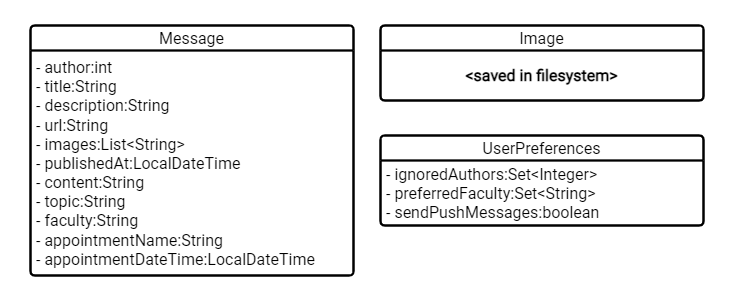
Before: doc/diagrams/attributes/attributes_in_detail.drawio.png, a diagram exported from draw.io (fh-erfurt/WS2021_Java_Team_2_Service_4_News). Source tidied: cells renumbered, new cells last; positions are measured from the earlier drawing's top-left corner, leaving out a move shared by most shapes.
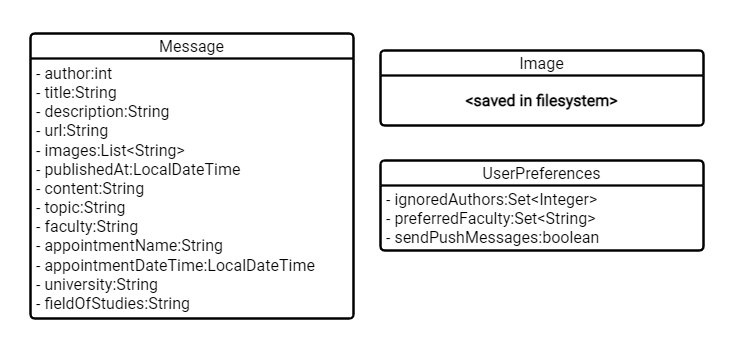
The same file after the commit.

Commit message:
Updated attributes diagram

What changed in the source:
```diff
@@ -3,10 +3,10 @@
     <mxCell id="0" />
     <mxCell id="1" parent="0" />
     <mxCell id="2" value="Message" style="html=1;overflow=block;blockSpacing=1;swimlane;horizontal=1;fontStyle=0;swimlaneFillColor=#FFFFFF;startSize=25;whiteSpace=wrap;fontSize=16;fontColor=#000000;align=center;spacing=0;strokeColor=#000000;strokeOpacity=100;rounded=1;absoluteArcSize=1;arcSize=9;strokeWidth=2.3;fontFamily=Roboto;fontSource=https%3A%2F%2Ffonts.googleapis.com%2Fcss%3Ffamily%3DRoboto;fillColor=default;" parent="1" vertex="1">
-      <mxGeometry width="323" height="250" as="geometry" />
+      <mxGeometry y="-17" width="323" height="285" as="geometry" />
     </mxCell>
-    <mxCell id="3" value="- author:int&lt;br&gt;- title:String&lt;br&gt;- description:String&lt;br&gt;- url:String&lt;br&gt;- images:List&amp;lt;String&amp;gt;&lt;br&gt;- publishedAt:LocalDateTime&lt;br&gt;- content:String&lt;br&gt;- topic:String&lt;br&gt;- faculty:String&lt;br&gt;- appointmentName:String&lt;br&gt;- appointmentDateTime:LocalDateTime" style="html=1;strokeColor=none;fillColor=none;align=left;verticalAlign=middle;spacingLeft=4;spacingRight=4;overflow=hidden;swimlaneFillColor=#ffffff;strokeOpacity=100;whiteSpace=wrap;fontSize=16;fontColor=#000000;fontFamily=Roboto;fontSource=https%3A%2F%2Ffonts.googleapis.com%2Fcss%3Ffamily%3DRoboto;" parent="2" vertex="1">
-      <mxGeometry y="25" width="323" height="225" as="geometry" />
+    <mxCell id="3" value="- author:int&lt;br&gt;- title:String&lt;br&gt;- description:String&lt;br&gt;- url:String&lt;br&gt;- images:List&amp;lt;String&amp;gt;&lt;br&gt;- publishedAt:LocalDateTime&lt;br&gt;- content:String&lt;br&gt;- topic:String&lt;br&gt;- faculty:String&lt;br&gt;- appointmentName:String&lt;br&gt;- appointmentDateTime:LocalDateTime&lt;br&gt;- university:String&lt;br&gt;- fieldOfStudies:String" style="html=1;strokeColor=none;fillColor=none;align=left;verticalAlign=middle;spacingLeft=4;spacingRight=4;overflow=hidden;swimlaneFillColor=#ffffff;strokeOpacity=100;whiteSpace=wrap;fontSize=16;fontColor=#000000;fontFamily=Roboto;fontSource=https%3A%2F%2Ffonts.googleapis.com%2Fcss%3Ffamily%3DRoboto;" parent="2" vertex="1">
+      <mxGeometry y="25" width="323" height="260" as="geometry" />
     </mxCell>
     <mxCell id="4" value="Image" style="html=1;overflow=block;blockSpacing=1;swimlane;horizontal=1;fontStyle=0;swimlaneFillColor=#FFFFFF;startSize=25;whiteSpace=wrap;fontSize=16;fontColor=#000000;align=center;spacing=0;strokeColor=#000000;strokeOpacity=100;rounded=1;absoluteArcSize=1;arcSize=9;strokeWidth=2.3;fontFamily=Roboto;fontSource=https%3A%2F%2Ffonts.googleapis.com%2Fcss%3Ffamily%3DRoboto;fillColor=#FFFFFF;labelBackgroundColor=none;" parent="1" vertex="1">
       <mxGeometry x="350" width="323" height="75" as="geometry" />
```
